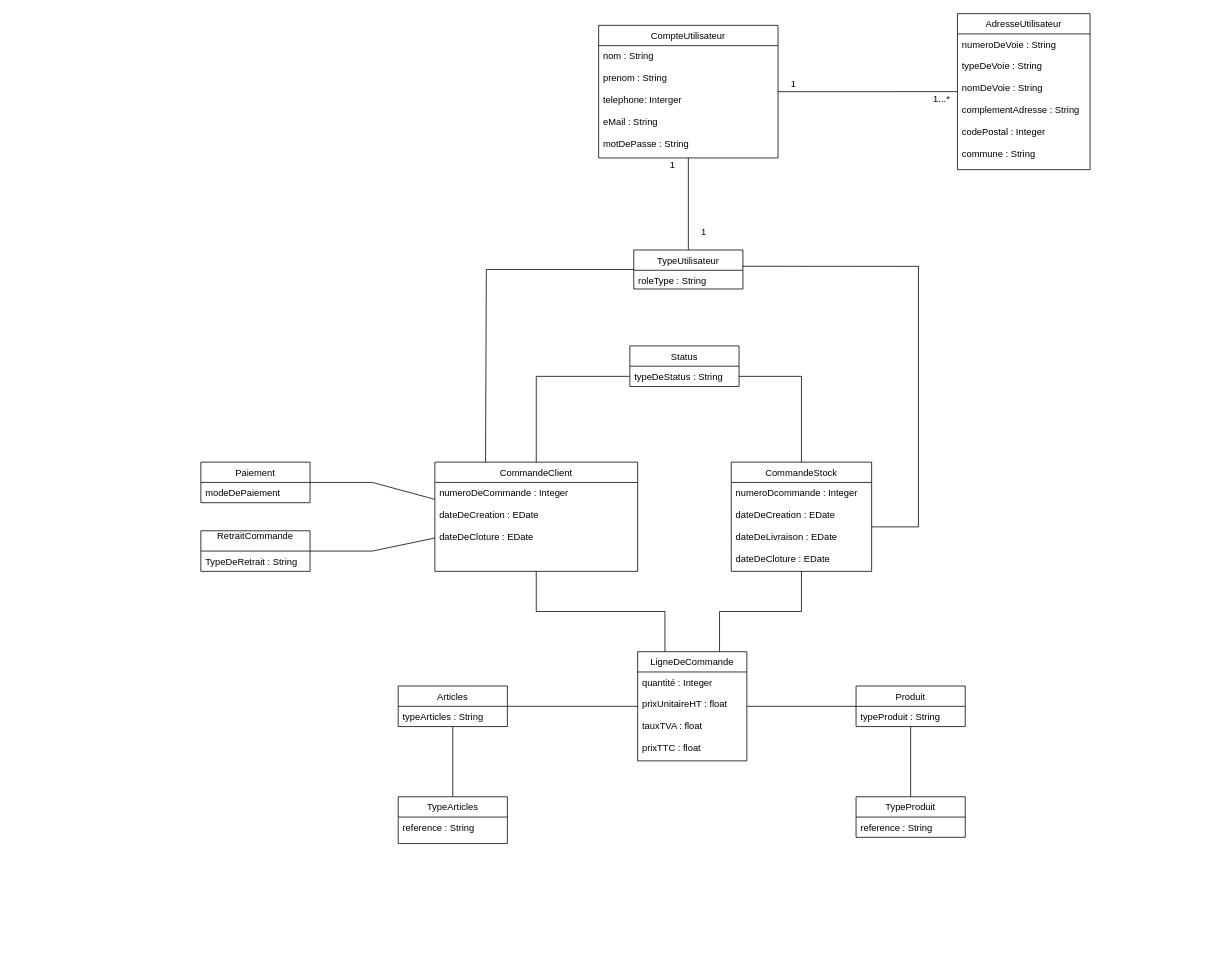
Before: Untitled Diagram TACHE 5.drawio in vinsbld/StechOcPizz, a draw.io diagram. Source tidied: cells renumbered, new cells numbered last; positions are measured from the earlier drawing's top-left corner, leaving out a move shared by most shapes. Both pictures are drawn from the tidied source at 78%, with x=0, y=0 at pixel (200, 13).
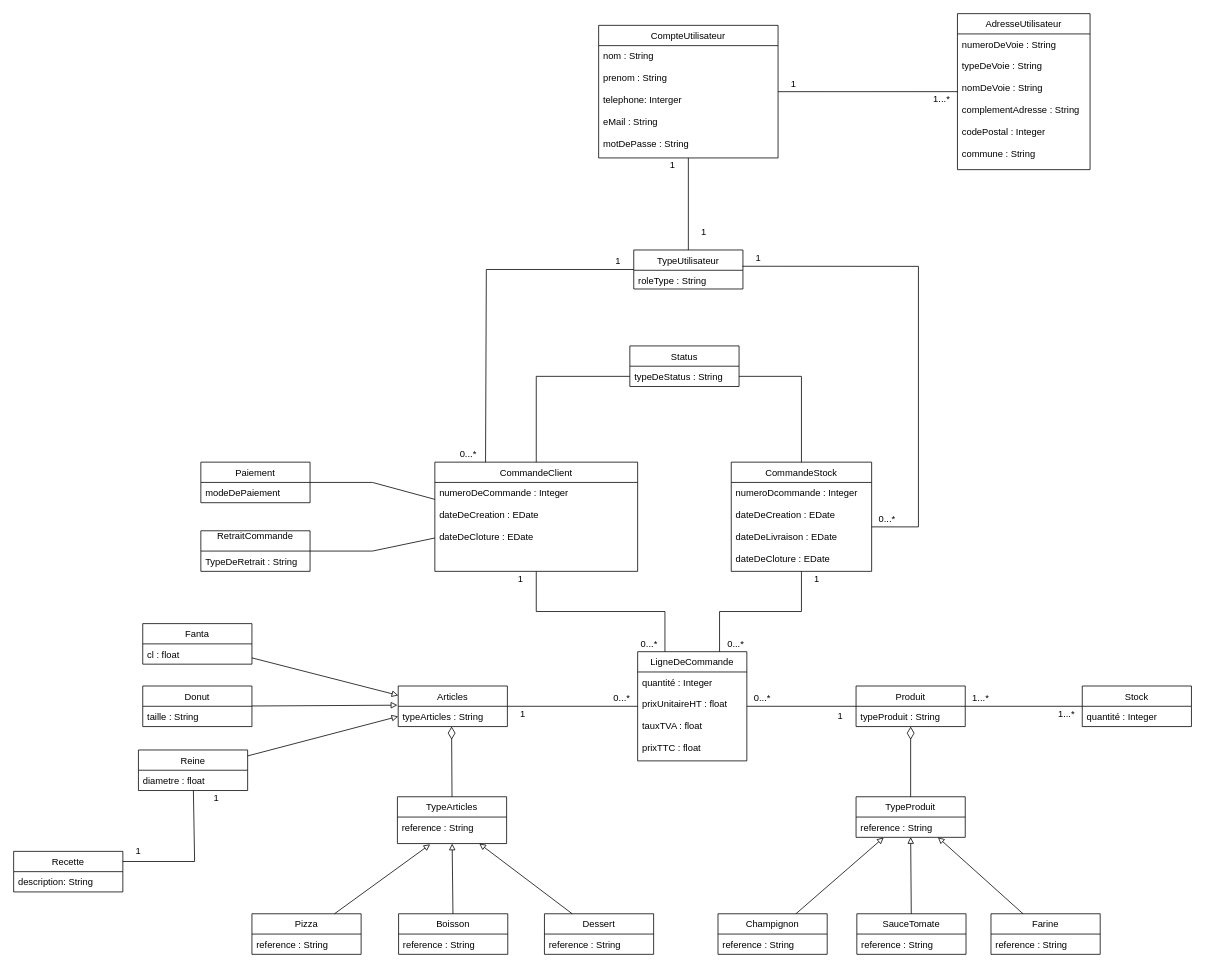
The same diagram, later.

Unchanged cells that the change refers to:
```xml
<mxCell id="19" value="Articles" style="swimlane;fontStyle=0;horizontal=1;startSize=26;fillColor=none;" parent="1" vertex="1">
  <mxGeometry x="253" y="862" width="140" height="52" as="geometry" />
</mxCell>
<mxCell id="20" value="typeArticles : String" style="text;strokeColor=none;fillColor=none;align=left;verticalAlign=top;spacingLeft=4;spacingRight=4;overflow=hidden;points=[[0,0.5],[1,0.5]];portConstraint=eastwest;" parent="19" vertex="1">
  <mxGeometry y="26" width="140" height="26" as="geometry" />
</mxCell>
<mxCell id="22" value="reference : String " style="text;strokeColor=none;fillColor=none;align=left;verticalAlign=top;spacingLeft=4;spacingRight=4;overflow=hidden;points=[[0,0.5],[1,0.5]];portConstraint=eastwest;" parent="21" vertex="1">
  <mxGeometry y="26" width="140" height="34" as="geometry" />
</mxCell>
<mxCell id="28" value="Produit" style="swimlane;fontStyle=0;horizontal=1;startSize=26;fillColor=none;" parent="1" vertex="1">
  <mxGeometry x="840" y="862" width="140" height="52" as="geometry" />
</mxCell>
<mxCell id="44" value="TypeProduit" style="swimlane;fontStyle=0;horizontal=1;startSize=26;fillColor=none;" parent="1" vertex="1">
  <mxGeometry x="840" y="1004" width="140" height="52" as="geometry" />
</mxCell>
<mxCell id="45" value="reference : String" style="text;strokeColor=none;fillColor=none;align=left;verticalAlign=top;spacingLeft=4;spacingRight=4;overflow=hidden;points=[[0,0.5],[1,0.5]];portConstraint=eastwest;" parent="44" vertex="1">
  <mxGeometry y="26" width="140" height="26" as="geometry" />
</mxCell>
```

What changed in the source:
```diff
@@
-    <mxCell id="18" style="edgeStyle=none;rounded=0;jettySize=auto;html=1;entryX=0.5;entryY=0;entryDx=0;entryDy=0;endArrow=none;endFill=0;" parent="1" edge="1" source="19" target="21">
-      <mxGeometry relative="1" as="geometry" />
-    </mxCell>
@@
     <mxCell id="21" value="TypeArticles" style="swimlane;fontStyle=0;horizontal=1;startSize=26;fillColor=none;" parent="1" vertex="1">
-      <mxGeometry x="253" y="1004" width="140" height="60" as="geometry" />
+      <mxGeometry x="252" y="1004" width="140" height="60" as="geometry" />
     </mxCell>
@@
-    <mxCell id="27" style="edgeStyle=none;rounded=0;jettySize=auto;html=1;entryX=0.5;entryY=0;entryDx=0;entryDy=0;endArrow=none;endFill=0;" parent="1" edge="1" source="28" target="44">
-      <mxGeometry relative="1" as="geometry" />
-    </mxCell>
+    <mxCell id="46" style="edgeStyle=none;rounded=0;jettySize=auto;html=1;endArrow=none;endFill=0;entryX=0;entryY=0.5;entryDx=0;entryDy=0;" parent="1" edge="1" source="28" target="59">
+      <mxGeometry relative="1" as="geometry" />
+    </mxCell>
@@
+    <mxCell id="47" value="1" style="text;html=1;strokeColor=none;fillColor=none;align=center;verticalAlign=middle;whiteSpace=wrap;rounded=0;" parent="1" vertex="1">
+      <mxGeometry x="695" y="303" width="40" height="20" as="geometry" />
+    </mxCell>
+    <mxCell id="48" value="0...*" style="text;html=1;strokeColor=none;fillColor=none;align=center;verticalAlign=middle;whiteSpace=wrap;rounded=0;" parent="1" vertex="1">
+      <mxGeometry x="860" y="638" width="40" height="20" as="geometry" />
+    </mxCell>
+    <mxCell id="49" value="0...*" style="text;html=1;strokeColor=none;fillColor=none;align=center;verticalAlign=middle;whiteSpace=wrap;rounded=0;" parent="1" vertex="1">
+      <mxGeometry x="323" y="555" width="40" height="20" as="geometry" />
+    </mxCell>
+    <mxCell id="50" value="1" style="text;html=1;strokeColor=none;fillColor=none;align=center;verticalAlign=middle;whiteSpace=wrap;rounded=0;" parent="1" vertex="1">
+      <mxGeometry x="515" y="308" width="40" height="20" as="geometry" />
+    </mxCell>
+    <mxCell id="51" value="1" style="text;html=1;strokeColor=none;fillColor=none;align=center;verticalAlign=middle;whiteSpace=wrap;rounded=0;" parent="1" vertex="1">
+      <mxGeometry x="770" y="715" width="40" height="20" as="geometry" />
+    </mxCell>
+    <mxCell id="52" value="1" style="text;html=1;strokeColor=none;fillColor=none;align=center;verticalAlign=middle;whiteSpace=wrap;rounded=0;" parent="1" vertex="1">
+      <mxGeometry x="390" y="715" width="40" height="20" as="geometry" />
+    </mxCell>
+    <mxCell id="53" value="0...*" style="text;html=1;strokeColor=none;fillColor=none;align=center;verticalAlign=middle;whiteSpace=wrap;rounded=0;" parent="1" vertex="1">
+      <mxGeometry x="665.5" y="798" width="40" height="20" as="geometry" />
+    </mxCell>
+    <mxCell id="54" value="0...*" style="text;html=1;strokeColor=none;fillColor=none;align=center;verticalAlign=middle;whiteSpace=wrap;rounded=0;" parent="1" vertex="1">
+      <mxGeometry x="555" y="798" width="40" height="20" as="geometry" />
+    </mxCell>
+    <mxCell id="55" value="0...*" style="text;html=1;strokeColor=none;fillColor=none;align=center;verticalAlign=middle;whiteSpace=wrap;rounded=0;" parent="1" vertex="1">
+      <mxGeometry x="520" y="868" width="40" height="20" as="geometry" />
+    </mxCell>
+    <mxCell id="56" value="0...*" style="text;html=1;strokeColor=none;fillColor=none;align=center;verticalAlign=middle;whiteSpace=wrap;rounded=0;" parent="1" vertex="1">
+      <mxGeometry x="700" y="868" width="40" height="20" as="geometry" />
+    </mxCell>
+    <mxCell id="57" value="1" style="text;html=1;strokeColor=none;fillColor=none;align=center;verticalAlign=middle;whiteSpace=wrap;rounded=0;" parent="1" vertex="1">
+      <mxGeometry x="393" y="888" width="40" height="20" as="geometry" />
+    </mxCell>
+    <mxCell id="58" value="1" style="text;html=1;strokeColor=none;fillColor=none;align=center;verticalAlign=middle;whiteSpace=wrap;rounded=0;" parent="1" vertex="1">
+      <mxGeometry x="800" y="891" width="40" height="20" as="geometry" />
+    </mxCell>
+    <mxCell id="59" value="Stock" style="swimlane;fontStyle=0;horizontal=1;startSize=26;fillColor=none;" parent="1" vertex="1">
+      <mxGeometry x="1130" y="862" width="140" height="52" as="geometry" />
+    </mxCell>
+    <mxCell id="60" value="quantité : Integer" style="text;strokeColor=none;fillColor=none;align=left;verticalAlign=top;spacingLeft=4;spacingRight=4;overflow=hidden;" parent="59" vertex="1">
+      <mxGeometry y="26" width="140" height="26" as="geometry" />
+    </mxCell>
+    <mxCell id="61" value="1...*" style="text;html=1;strokeColor=none;fillColor=none;align=center;verticalAlign=middle;whiteSpace=wrap;rounded=0;" parent="1" vertex="1">
+      <mxGeometry x="980" y="868" width="40" height="20" as="geometry" />
+    </mxCell>
+    <mxCell id="62" value="1...*" style="text;html=1;strokeColor=none;fillColor=none;align=center;verticalAlign=middle;whiteSpace=wrap;rounded=0;" parent="1" vertex="1">
+      <mxGeometry x="1090" y="888" width="40" height="20" as="geometry" />
+    </mxCell>
+    <mxCell id="63" style="endArrow=none;html=1;endSize=12;startArrow=diamondThin;startSize=14;startFill=0;align=left;verticalAlign=bottom;exitX=0.489;exitY=0.995;exitDx=0;exitDy=0;exitPerimeter=0;entryX=0.5;entryY=0;entryDx=0;entryDy=0;endFill=0;" parent="1" edge="1" source="20" target="21">
+      <mxGeometry x="-1" y="3" relative="1" as="geometry" />
+    </mxCell>
+    <mxCell id="27" style="endArrow=none;html=1;endSize=12;startArrow=diamondThin;startSize=14;startFill=0;align=left;verticalAlign=bottom;exitX=0.5;exitY=1;exitDx=0;exitDy=0;endFill=0;" parent="1" edge="1" source="28" target="44">
+      <mxGeometry x="-1" y="3" relative="1" as="geometry" />
+    </mxCell>
+    <mxCell id="64" style="edgeStyle=none;rounded=0;jettySize=auto;html=1;entryX=0.3;entryY=1.029;entryDx=0;entryDy=0;entryPerimeter=0;endArrow=block;endFill=0;" parent="1" edge="1" source="65" target="22">
+      <mxGeometry relative="1" as="geometry" />
+    </mxCell>
+    <mxCell id="65" value="Pizza" style="swimlane;fontStyle=0;horizontal=1;startSize=26;fillColor=none;" parent="1" vertex="1">
+      <mxGeometry x="65.5" y="1154" width="140" height="52" as="geometry" />
+    </mxCell>
+    <mxCell id="66" value="reference : String" style="text;strokeColor=none;fillColor=none;align=left;verticalAlign=top;spacingLeft=4;spacingRight=4;overflow=hidden;" parent="65" vertex="1">
+      <mxGeometry y="26" width="140" height="26" as="geometry" />
+    </mxCell>
+    <mxCell id="67" style="edgeStyle=none;rounded=0;jettySize=auto;html=1;endArrow=block;endFill=0;" parent="1" edge="1" source="68" target="22">
+      <mxGeometry relative="1" as="geometry" />
+    </mxCell>
+    <mxCell id="68" value="Boisson" style="swimlane;fontStyle=0;horizontal=1;startSize=26;fillColor=none;" parent="1" vertex="1">
+      <mxGeometry x="253.5" y="1154" width="140" height="52" as="geometry" />
+    </mxCell>
+    <mxCell id="69" value="reference : String" style="text;strokeColor=none;fillColor=none;align=left;verticalAlign=top;spacingLeft=4;spacingRight=4;overflow=hidden;" parent="68" vertex="1">
+      <mxGeometry y="26" width="140" height="26" as="geometry" />
+    </mxCell>
+    <mxCell id="70" style="edgeStyle=none;rounded=0;jettySize=auto;html=1;entryX=0.75;entryY=1;entryDx=0;entryDy=0;endArrow=block;endFill=0;" parent="1" edge="1" source="71" target="21">
+      <mxGeometry relative="1" as="geometry" />
+    </mxCell>
+    <mxCell id="71" value="Dessert" style="swimlane;fontStyle=0;horizontal=1;startSize=26;fillColor=none;" parent="1" vertex="1">
+      <mxGeometry x="440.5" y="1154" width="140" height="52" as="geometry" />
+    </mxCell>
+    <mxCell id="72" value="reference : String" style="text;strokeColor=none;fillColor=none;align=left;verticalAlign=top;spacingLeft=4;spacingRight=4;overflow=hidden;" parent="71" vertex="1">
+      <mxGeometry y="26" width="140" height="26" as="geometry" />
+    </mxCell>
+    <mxCell id="73" style="edgeStyle=none;rounded=0;jettySize=auto;html=1;entryX=0.253;entryY=1.009;entryDx=0;entryDy=0;entryPerimeter=0;endArrow=block;endFill=0;" parent="1" edge="1" source="74" target="45">
+      <mxGeometry relative="1" as="geometry" />
+    </mxCell>
+    <mxCell id="74" value="Champignon" style="swimlane;fontStyle=0;horizontal=1;startSize=26;fillColor=none;" parent="1" vertex="1">
+      <mxGeometry x="663" y="1154" width="140" height="52" as="geometry" />
+    </mxCell>
+    <mxCell id="75" value="reference : String" style="text;strokeColor=none;fillColor=none;align=left;verticalAlign=top;spacingLeft=4;spacingRight=4;overflow=hidden;" parent="74" vertex="1">
+      <mxGeometry y="26" width="140" height="26" as="geometry" />
+    </mxCell>
+    <mxCell id="76" style="edgeStyle=none;rounded=0;jettySize=auto;html=1;endArrow=block;endFill=0;entryX=0.5;entryY=0.987;entryDx=0;entryDy=0;entryPerimeter=0;" parent="1" edge="1" source="77" target="45">
+      <mxGeometry relative="1" as="geometry" />
+    </mxCell>
+    <mxCell id="77" value="SauceTomate" style="swimlane;fontStyle=0;horizontal=1;startSize=26;fillColor=none;" parent="1" vertex="1">
+      <mxGeometry x="841" y="1154" width="140" height="52" as="geometry" />
+    </mxCell>
+    <mxCell id="78" value="reference : String" style="text;strokeColor=none;fillColor=none;align=left;verticalAlign=top;spacingLeft=4;spacingRight=4;overflow=hidden;" parent="77" vertex="1">
+      <mxGeometry y="26" width="140" height="26" as="geometry" />
+    </mxCell>
+    <mxCell id="79" style="edgeStyle=none;rounded=0;jettySize=auto;html=1;entryX=0.75;entryY=1;entryDx=0;entryDy=0;endArrow=block;endFill=0;" parent="1" edge="1" source="80" target="44">
+      <mxGeometry relative="1" as="geometry" />
+    </mxCell>
+    <mxCell id="80" value="Farine" style="swimlane;fontStyle=0;horizontal=1;startSize=26;fillColor=none;" parent="1" vertex="1">
+      <mxGeometry x="1013" y="1154" width="140" height="52" as="geometry" />
+    </mxCell>
+    <mxCell id="81" value="reference : String" style="text;strokeColor=none;fillColor=none;align=left;verticalAlign=top;spacingLeft=4;spacingRight=4;overflow=hidden;" parent="80" vertex="1">
+      <mxGeometry y="26" width="140" height="26" as="geometry" />
+    </mxCell>
+    <mxCell id="82" style="edgeStyle=none;rounded=0;jettySize=auto;html=1;entryX=0;entryY=0.5;entryDx=0;entryDy=0;endArrow=block;endFill=0;" parent="1" edge="1" source="84" target="20">
+      <mxGeometry relative="1" as="geometry" />
+    </mxCell>
+    <mxCell id="83" style="edgeStyle=none;rounded=0;jettySize=auto;html=1;entryX=1;entryY=0.25;entryDx=0;entryDy=0;endArrow=none;endFill=0;" parent="1" edge="1" source="84" target="92">
+      <mxGeometry relative="1" as="geometry">
+        <Array as="points">
+          <mxPoint x="-8" y="1087" />
+        </Array>
+      </mxGeometry>
+    </mxCell>
+    <mxCell id="84" value="Reine" style="swimlane;fontStyle=0;horizontal=1;startSize=26;fillColor=none;" parent="1" vertex="1">
+      <mxGeometry x="-80" y="944" width="140" height="52" as="geometry" />
+    </mxCell>
+    <mxCell id="85" value="diametre : float" style="text;strokeColor=none;fillColor=none;align=left;verticalAlign=top;spacingLeft=4;spacingRight=4;overflow=hidden;" parent="84" vertex="1">
+      <mxGeometry y="26" width="140" height="26" as="geometry" />
+    </mxCell>
+    <mxCell id="86" style="edgeStyle=none;rounded=0;jettySize=auto;html=1;entryX=0.001;entryY=0.231;entryDx=0;entryDy=0;endArrow=block;endFill=0;entryPerimeter=0;" parent="1" edge="1" source="87" target="19">
+      <mxGeometry relative="1" as="geometry" />
+    </mxCell>
+    <mxCell id="87" value="Fanta" style="swimlane;fontStyle=0;horizontal=1;startSize=26;fillColor=none;" parent="1" vertex="1">
+      <mxGeometry x="-74.5" y="782" width="140" height="52" as="geometry" />
+    </mxCell>
+    <mxCell id="88" value="cl : float" style="text;strokeColor=none;fillColor=none;align=left;verticalAlign=top;spacingLeft=4;spacingRight=4;overflow=hidden;" parent="87" vertex="1">
+      <mxGeometry y="26" width="140" height="26" as="geometry" />
+    </mxCell>
+    <mxCell id="89" style="edgeStyle=none;rounded=0;jettySize=auto;html=1;entryX=-0.007;entryY=-0.054;entryDx=0;entryDy=0;endArrow=block;endFill=0;entryPerimeter=0;" parent="1" edge="1" source="90" target="20">
+      <mxGeometry relative="1" as="geometry" />
+    </mxCell>
+    <mxCell id="90" value="Donut" style="swimlane;fontStyle=0;horizontal=1;startSize=26;fillColor=none;" parent="1" vertex="1">
+      <mxGeometry x="-74.5" y="862" width="140" height="52" as="geometry" />
+    </mxCell>
+    <mxCell id="91" value="taille : String" style="text;strokeColor=none;fillColor=none;align=left;verticalAlign=top;spacingLeft=4;spacingRight=4;overflow=hidden;" parent="90" vertex="1">
+      <mxGeometry y="26" width="140" height="26" as="geometry" />
+    </mxCell>
+    <mxCell id="92" value="Recette" style="swimlane;fontStyle=0;horizontal=1;startSize=26;fillColor=none;" parent="1" vertex="1">
+      <mxGeometry x="-240" y="1074" width="140" height="52" as="geometry" />
+    </mxCell>
+    <mxCell id="93" value="description: String" style="text;strokeColor=none;fillColor=none;align=left;verticalAlign=top;spacingLeft=4;spacingRight=4;overflow=hidden;" parent="92" vertex="1">
+      <mxGeometry y="26" width="140" height="26" as="geometry" />
+    </mxCell>
+    <mxCell id="94" value="1" style="text;html=1;strokeColor=none;fillColor=none;align=center;verticalAlign=middle;whiteSpace=wrap;rounded=0;" parent="1" vertex="1">
+      <mxGeometry y="996" width="40" height="20" as="geometry" />
+    </mxCell>
+    <mxCell id="95" value="1" style="text;html=1;strokeColor=none;fillColor=none;align=center;verticalAlign=middle;whiteSpace=wrap;rounded=0;" parent="1" vertex="1">
+      <mxGeometry x="-100" y="1064" width="40" height="20" as="geometry" />
+    </mxCell>
```
